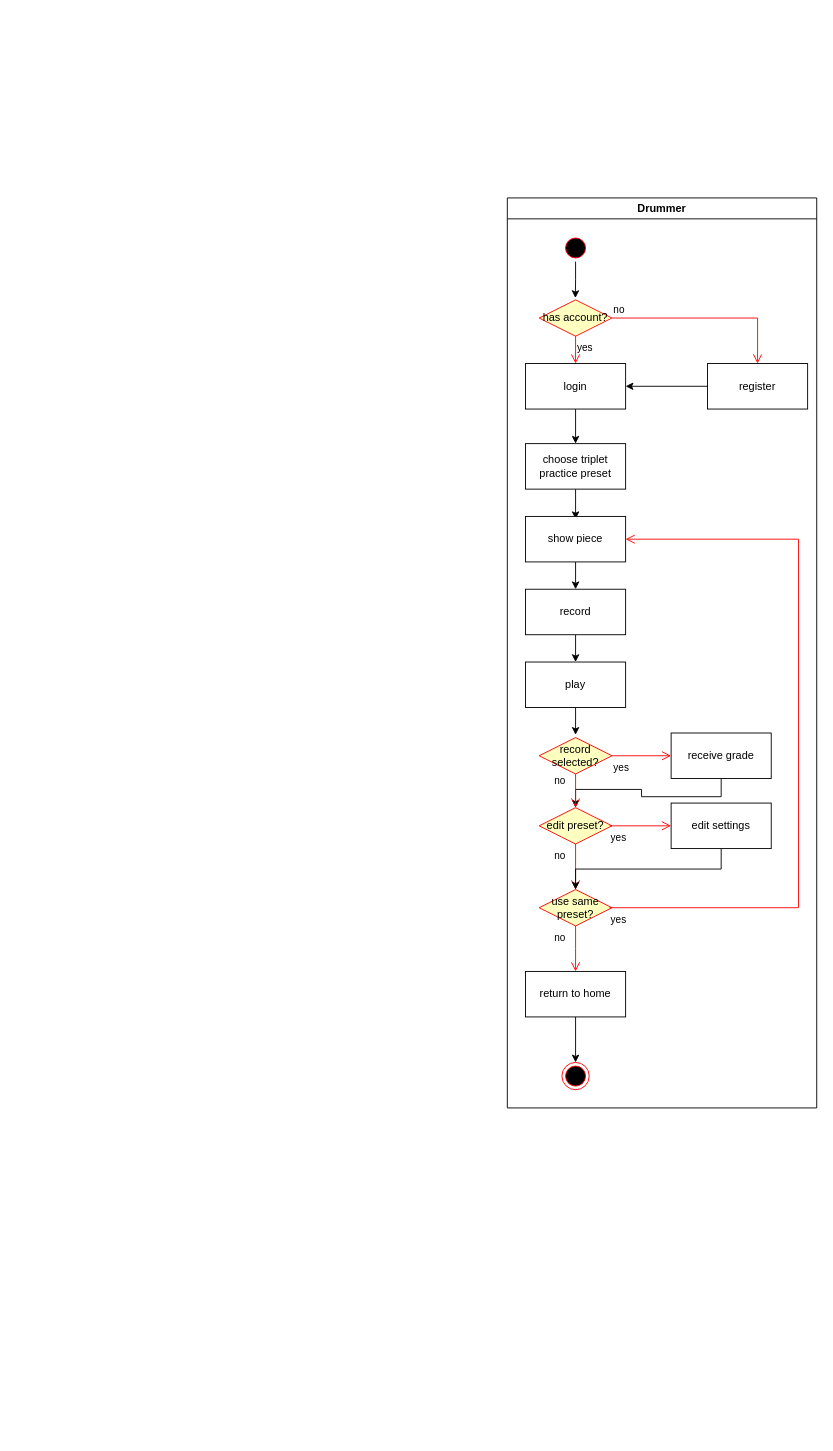
Before: UML Diagram.drawio in software-students-spring2025/1-specification-exercise-the-wireframers, a draw.io diagram. Source tidied: cells renumbered, new cells numbered last; positions are measured from the earlier drawing's top-left corner, leaving out a move shared by most shapes. Both pictures are drawn from the tidied source at 91%, with x=0, y=0 at pixel (175, 197).
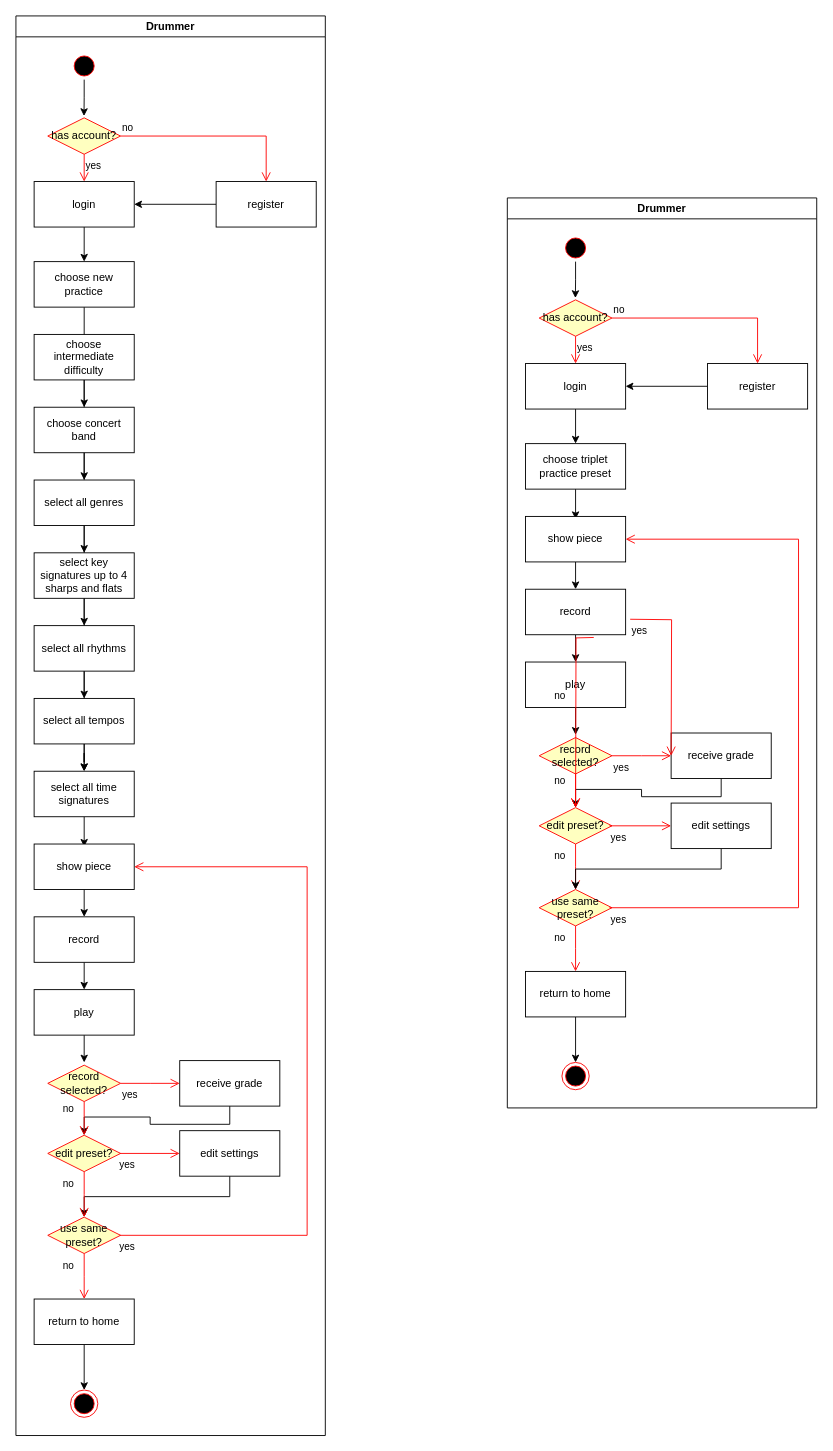
The same page after the edit.

Commit message:
Added teacher diagram in UML Diagram.drawio

Diff of the diagram source:
```diff
@@
+    <mxCell id="44" value="no" style="edgeStyle=orthogonalEdgeStyle;html=1;align=left;verticalAlign=bottom;endArrow=open;endSize=8;strokeColor=#ff0000;rounded=0;exitX=0.5;exitY=1;exitDx=0;exitDy=0;" parent="1" edge="1">
+      <mxGeometry x="-0.11" y="-25" relative="1" as="geometry">
+        <mxPoint x="460" y="483" as="sourcePoint" />
+        <mxPoint x="440" y="670" as="targetPoint" />
+      </mxGeometry>
+    </mxCell>
+    <mxCell id="45" value="yes" style="edgeStyle=orthogonalEdgeStyle;html=1;align=left;verticalAlign=top;endArrow=open;endSize=8;strokeColor=#ff0000;rounded=0;exitX=1;exitY=0.5;exitDx=0;exitDy=0;" parent="1" edge="1">
+      <mxGeometry x="-1" relative="1" as="geometry">
+        <mxPoint x="500" y="463" as="sourcePoint" />
+        <mxPoint x="545" y="613" as="targetPoint" />
+      </mxGeometry>
+    </mxCell>
+    <mxCell id="46" value="Drummer" style="swimlane;whiteSpace=wrap;startSize=23;" parent="1" vertex="1">
+      <mxGeometry x="-175" y="-200" width="340" height="1560" as="geometry" />
+    </mxCell>
+    <mxCell id="47" style="edgeStyle=orthogonalEdgeStyle;rounded=0;jettySize=auto;html=1;exitX=0.5;exitY=1;exitDx=0;exitDy=0;" parent="46" edge="1" source="48">
+      <mxGeometry relative="1" as="geometry">
+        <mxPoint x="74.8" y="110" as="targetPoint" />
+      </mxGeometry>
+    </mxCell>
+    <mxCell id="48" style="ellipse;shape=startState;fillColor=#000000;strokeColor=#ff0000;" parent="46" vertex="1">
+      <mxGeometry x="60" y="40" width="30" height="30" as="geometry" />
+    </mxCell>
+    <mxCell id="49" style="edgeStyle=orthogonalEdgeStyle;rounded=0;jettySize=auto;html=1;exitX=0.5;exitY=1;exitDx=0;exitDy=0;entryX=0.5;entryY=0;entryDx=0;entryDy=0;" parent="46" edge="1" source="50">
+      <mxGeometry relative="1" as="geometry">
+        <mxPoint x="75" y="270" as="targetPoint" />
+      </mxGeometry>
+    </mxCell>
+    <mxCell id="50" value="login" parent="46" vertex="1">
+      <mxGeometry x="20" y="182" width="110" height="50" as="geometry" />
+    </mxCell>
+    <mxCell id="51" style="edgeStyle=orthogonalEdgeStyle;rounded=0;orthogonalLoop=1;jettySize=auto;html=1;exitX=0.5;exitY=1;exitDx=0;exitDy=0;entryX=0.5;entryY=0;entryDx=0;entryDy=0;" parent="46" edge="1">
+      <mxGeometry relative="1" as="geometry">
+        <mxPoint x="75" y="403" as="sourcePoint" />
+      </mxGeometry>
+    </mxCell>
+    <mxCell id="52" value="has account?" style="rhombus;whiteSpace=wrap;html=1;fontColor=#000000;fillColor=#ffffc0;strokeColor=#ff0000;" parent="46" vertex="1">
+      <mxGeometry x="35" y="112" width="80" height="40" as="geometry" />
+    </mxCell>
+    <mxCell id="53" value="no" style="edgeStyle=orthogonalEdgeStyle;html=1;align=left;verticalAlign=bottom;endArrow=open;endSize=8;strokeColor=#ff0000;rounded=0;entryX=0.5;entryY=0;entryDx=0;entryDy=0;" parent="46" edge="1" source="52" target="56">
+      <mxGeometry x="-1" relative="1" as="geometry" />
+    </mxCell>
+    <mxCell id="54" value="yes" style="edgeStyle=orthogonalEdgeStyle;html=1;align=left;verticalAlign=top;endArrow=open;endSize=8;strokeColor=#ff0000;rounded=0;entryX=0.5;entryY=0;entryDx=0;entryDy=0;" parent="46" edge="1" source="52" target="50">
+      <mxGeometry x="-1" relative="1" as="geometry" />
+    </mxCell>
+    <mxCell id="55" style="edgeStyle=orthogonalEdgeStyle;rounded=0;jettySize=auto;html=1;exitX=0;exitY=0.5;exitDx=0;exitDy=0;entryX=1;entryY=0.5;entryDx=0;entryDy=0;" parent="46" edge="1" source="56" target="50">
+      <mxGeometry relative="1" as="geometry" />
+    </mxCell>
+    <mxCell id="56" value="register" parent="46" vertex="1">
+      <mxGeometry x="220" y="182" width="110" height="50" as="geometry" />
+    </mxCell>
+    <mxCell id="57" style="edgeStyle=orthogonalEdgeStyle;rounded=0;orthogonalLoop=1;jettySize=auto;html=1;exitX=0.5;exitY=1;exitDx=0;exitDy=0;entryX=0.5;entryY=0;entryDx=0;entryDy=0;" parent="46" edge="1">
+      <mxGeometry relative="1" as="geometry">
+        <mxPoint x="75" y="490" as="sourcePoint" />
+      </mxGeometry>
+    </mxCell>
+    <mxCell id="58" style="edgeStyle=orthogonalEdgeStyle;rounded=0;orthogonalLoop=1;jettySize=auto;html=1;exitX=0.5;exitY=1;exitDx=0;exitDy=0;entryX=0.5;entryY=0;entryDx=0;entryDy=0;" parent="46" edge="1">
+      <mxGeometry relative="1" as="geometry">
+        <mxPoint x="75" y="653" as="sourcePoint" />
+      </mxGeometry>
+    </mxCell>
+    <mxCell id="59" style="edgeStyle=orthogonalEdgeStyle;rounded=0;orthogonalLoop=1;jettySize=auto;html=1;exitX=0.5;exitY=1;exitDx=0;exitDy=0;entryX=0.5;entryY=0;entryDx=0;entryDy=0;" parent="46" edge="1">
+      <mxGeometry relative="1" as="geometry">
+        <mxPoint x="75" y="740" as="sourcePoint" />
+      </mxGeometry>
+    </mxCell>
+    <mxCell id="60" style="edgeStyle=orthogonalEdgeStyle;rounded=0;orthogonalLoop=1;jettySize=auto;html=1;exitX=0.5;exitY=1;exitDx=0;exitDy=0;entryX=0.5;entryY=0;entryDx=0;entryDy=0;" parent="46" edge="1">
+      <mxGeometry relative="1" as="geometry">
+        <mxPoint x="75" y="833" as="sourcePoint" />
+      </mxGeometry>
+    </mxCell>
+    <mxCell id="61" style="edgeStyle=orthogonalEdgeStyle;rounded=0;orthogonalLoop=1;jettySize=auto;html=1;exitX=0.5;exitY=1;exitDx=0;exitDy=0;entryX=0.5;entryY=0;entryDx=0;entryDy=0;" parent="46" edge="1">
+      <mxGeometry relative="1" as="geometry">
+        <mxPoint x="75" y="570" as="sourcePoint" />
+      </mxGeometry>
+    </mxCell>
+    <mxCell id="62" style="edgeStyle=orthogonalEdgeStyle;rounded=0;jettySize=auto;html=1;exitX=0.5;exitY=1;exitDx=0;exitDy=0;entryX=0.5;entryY=0;entryDx=0;entryDy=0;" parent="46" edge="1" source="77" target="78">
+      <mxGeometry relative="1" as="geometry" />
+    </mxCell>
+    <mxCell id="63" style="edgeStyle=orthogonalEdgeStyle;rounded=0;jettySize=auto;html=1;exitX=0.5;exitY=1;exitDx=0;exitDy=0;entryX=0.5;entryY=0;entryDx=0;entryDy=0;" parent="46" edge="1" source="83" target="81">
+      <mxGeometry relative="1" as="geometry" />
+    </mxCell>
+    <mxCell id="64" style="edgeStyle=orthogonalEdgeStyle;rounded=0;jettySize=auto;html=1;" parent="46" edge="1" source="65" target="90">
+      <mxGeometry relative="1" as="geometry" />
+    </mxCell>
+    <mxCell id="65" value="choose new practice" style="html=1;whiteSpace=wrap;" parent="46" vertex="1">
+      <mxGeometry x="20" y="270" width="110" height="50" as="geometry" />
+    </mxCell>
+    <mxCell id="66" value="no" style="edgeStyle=orthogonalEdgeStyle;html=1;align=left;verticalAlign=bottom;endArrow=open;endSize=8;strokeColor=#ff0000;rounded=0;" parent="46" edge="1" source="79">
+      <mxGeometry x="-0.11" y="-25" relative="1" as="geometry">
+        <mxPoint x="75" y="1410" as="targetPoint" />
+      </mxGeometry>
+    </mxCell>
+    <mxCell id="67" style="edgeStyle=orthogonalEdgeStyle;rounded=0;jettySize=auto;html=1;exitX=0.5;exitY=1;exitDx=0;exitDy=0;entryX=0.5;entryY=0;entryDx=0;entryDy=0;" parent="46" edge="1" source="80" target="79">
+      <mxGeometry relative="1" as="geometry" />
+    </mxCell>
+    <mxCell id="68" value="yes" style="edgeStyle=orthogonalEdgeStyle;html=1;align=left;verticalAlign=top;endArrow=open;endSize=8;strokeColor=#ff0000;rounded=0;" parent="46" edge="1">
+      <mxGeometry x="-1" relative="1" as="geometry">
+        <mxPoint x="112.2" y="1250" as="sourcePoint" />
+        <mxPoint x="180" y="1250" as="targetPoint" />
+      </mxGeometry>
+    </mxCell>
+    <mxCell id="69" value="no" style="edgeStyle=orthogonalEdgeStyle;html=1;align=left;verticalAlign=bottom;endArrow=open;endSize=8;strokeColor=#ff0000;rounded=0;" parent="46" edge="1" source="81">
+      <mxGeometry x="-0.11" y="-25" relative="1" as="geometry">
+        <mxPoint x="75" y="1320" as="targetPoint" />
+      </mxGeometry>
+    </mxCell>
+    <mxCell id="70" value="no" style="edgeStyle=orthogonalEdgeStyle;html=1;align=left;verticalAlign=bottom;endArrow=open;endSize=8;strokeColor=#ff0000;rounded=0;exitX=0.5;exitY=1;exitDx=0;exitDy=0;" parent="46" edge="1" source="82">
+      <mxGeometry x="-0.11" y="-25" relative="1" as="geometry">
+        <mxPoint x="75" y="1230" as="targetPoint" />
+      </mxGeometry>
+    </mxCell>
+    <mxCell id="71" value="yes" style="edgeStyle=orthogonalEdgeStyle;html=1;align=left;verticalAlign=top;endArrow=open;endSize=8;strokeColor=#ff0000;rounded=0;exitX=1;exitY=0.5;exitDx=0;exitDy=0;" parent="46" edge="1" source="82">
+      <mxGeometry x="-1" relative="1" as="geometry">
+        <mxPoint x="180" y="1173" as="targetPoint" />
+      </mxGeometry>
+    </mxCell>
+    <mxCell id="72" style="edgeStyle=orthogonalEdgeStyle;rounded=0;jettySize=auto;html=1;exitX=0.5;exitY=1;exitDx=0;exitDy=0;" parent="46" edge="1" source="84">
+      <mxGeometry relative="1" as="geometry">
+        <mxPoint x="75" y="1150" as="targetPoint" />
+      </mxGeometry>
+    </mxCell>
+    <mxCell id="73" style="edgeStyle=orthogonalEdgeStyle;rounded=0;jettySize=auto;html=1;exitX=0.5;exitY=1;exitDx=0;exitDy=0;entryX=0.5;entryY=0;entryDx=0;entryDy=0;" parent="46" edge="1" source="85" target="84">
+      <mxGeometry relative="1" as="geometry" />
+    </mxCell>
+    <mxCell id="74" style="edgeStyle=orthogonalEdgeStyle;rounded=0;jettySize=auto;html=1;exitX=0.5;exitY=1;exitDx=0;exitDy=0;entryX=0.5;entryY=0;entryDx=0;entryDy=0;" parent="46" edge="1" source="86" target="85">
+      <mxGeometry relative="1" as="geometry" />
+    </mxCell>
+    <mxCell id="75" value="yes" style="edgeStyle=orthogonalEdgeStyle;html=1;align=left;verticalAlign=top;endArrow=open;endSize=8;strokeColor=#ff0000;rounded=0;entryX=1;entryY=0.5;entryDx=0;entryDy=0;" parent="46" edge="1" target="86">
+      <mxGeometry x="-1" relative="1" as="geometry">
+        <mxPoint x="112.2" y="1340" as="sourcePoint" />
+        <Array as="points">
+          <mxPoint x="320" y="1340" />
+          <mxPoint x="320" y="935" />
+        </Array>
+      </mxGeometry>
+    </mxCell>
+    <mxCell id="76" style="edgeStyle=orthogonalEdgeStyle;rounded=0;orthogonalLoop=1;jettySize=auto;html=1;exitX=0.5;exitY=1;exitDx=0;exitDy=0;entryX=0.5;entryY=0;entryDx=0;entryDy=0;" parent="46" edge="1">
+      <mxGeometry relative="1" as="geometry">
+        <mxPoint x="75" y="880" as="sourcePoint" />
+        <mxPoint x="75" y="913" as="targetPoint" />
+      </mxGeometry>
+    </mxCell>
+    <mxCell id="77" value="return to home" style="html=1;whiteSpace=wrap;" parent="46" vertex="1">
+      <mxGeometry x="20" y="1410" width="110" height="50" as="geometry" />
+    </mxCell>
+    <mxCell id="78" style="ellipse;html=1;shape=endState;fillColor=#000000;strokeColor=#ff0000;" parent="46" vertex="1">
+      <mxGeometry x="60" y="1510" width="30" height="30" as="geometry" />
+    </mxCell>
+    <mxCell id="79" value="use same preset?" style="rhombus;whiteSpace=wrap;html=1;fontColor=#000000;fillColor=#ffffc0;strokeColor=#ff0000;" parent="46" vertex="1">
+      <mxGeometry x="35" y="1320" width="80" height="40" as="geometry" />
+    </mxCell>
+    <mxCell id="80" value="edit settings" style="html=1;whiteSpace=wrap;" parent="46" vertex="1">
+      <mxGeometry x="180" y="1225" width="110" height="50" as="geometry" />
+    </mxCell>
+    <mxCell id="81" value="edit preset?" style="rhombus;whiteSpace=wrap;html=1;fontColor=#000000;fillColor=#ffffc0;strokeColor=#ff0000;" parent="46" vertex="1">
+      <mxGeometry x="35" y="1230" width="80" height="40" as="geometry" />
+    </mxCell>
+    <mxCell id="82" value="record selected?" style="rhombus;whiteSpace=wrap;html=1;fontColor=#000000;fillColor=#ffffc0;strokeColor=#ff0000;" parent="46" vertex="1">
+      <mxGeometry x="35" y="1153" width="80" height="40" as="geometry" />
+    </mxCell>
+    <mxCell id="83" value="receive grade" style="html=1;whiteSpace=wrap;" parent="46" vertex="1">
+      <mxGeometry x="180" y="1148" width="110" height="50" as="geometry" />
+    </mxCell>
+    <mxCell id="84" value="play" style="html=1;whiteSpace=wrap;" parent="46" vertex="1">
+      <mxGeometry x="20" y="1070" width="110" height="50" as="geometry" />
+    </mxCell>
+    <mxCell id="85" value="record" style="html=1;whiteSpace=wrap;" parent="46" vertex="1">
+      <mxGeometry x="20" y="990" width="110" height="50" as="geometry" />
+    </mxCell>
+    <mxCell id="86" value="show piece" style="html=1;whiteSpace=wrap;" parent="46" vertex="1">
+      <mxGeometry x="20" y="910" width="110" height="50" as="geometry" />
+    </mxCell>
+    <mxCell id="87" style="edgeStyle=orthogonalEdgeStyle;rounded=0;jettySize=auto;html=1;" parent="46" edge="1" source="88" target="92">
+      <mxGeometry relative="1" as="geometry" />
+    </mxCell>
+    <mxCell id="88" value="choose intermediate difficulty" style="html=1;whiteSpace=wrap;" parent="46" vertex="1">
+      <mxGeometry x="20" y="350" width="110" height="50" as="geometry" />
+    </mxCell>
+    <mxCell id="89" style="edgeStyle=orthogonalEdgeStyle;rounded=0;jettySize=auto;html=1;" parent="46" edge="1" source="90" target="94">
+      <mxGeometry relative="1" as="geometry" />
+    </mxCell>
+    <mxCell id="90" value="choose concert band" style="html=1;whiteSpace=wrap;" parent="46" vertex="1">
+      <mxGeometry x="20" y="430" width="110" height="50" as="geometry" />
+    </mxCell>
+    <mxCell id="91" style="edgeStyle=orthogonalEdgeStyle;rounded=0;jettySize=auto;html=1;" parent="46" edge="1" source="92" target="96">
+      <mxGeometry relative="1" as="geometry" />
+    </mxCell>
+    <mxCell id="92" value="select all genres" style="html=1;whiteSpace=wrap;" parent="46" vertex="1">
+      <mxGeometry x="20" y="510" width="110" height="50" as="geometry" />
+    </mxCell>
+    <mxCell id="93" style="edgeStyle=orthogonalEdgeStyle;rounded=0;jettySize=auto;html=1;" parent="46" edge="1" source="94" target="98">
+      <mxGeometry relative="1" as="geometry" />
+    </mxCell>
+    <mxCell id="94" value="select key signatures up to 4 sharps and flats" style="html=1;whiteSpace=wrap;" parent="46" vertex="1">
+      <mxGeometry x="20" y="590" width="110" height="50" as="geometry" />
+    </mxCell>
+    <mxCell id="95" style="edgeStyle=orthogonalEdgeStyle;rounded=0;jettySize=auto;html=1;" parent="46" edge="1" source="96" target="99">
+      <mxGeometry relative="1" as="geometry" />
+    </mxCell>
+    <mxCell id="96" value="select all rhythms" style="html=1;whiteSpace=wrap;" parent="46" vertex="1">
+      <mxGeometry x="20" y="670" width="110" height="50" as="geometry" />
+    </mxCell>
+    <mxCell id="97" style="edgeStyle=orthogonalEdgeStyle;rounded=0;jettySize=auto;html=1;" parent="46" edge="1" source="98" target="99">
+      <mxGeometry relative="1" as="geometry" />
+    </mxCell>
+    <mxCell id="98" value="select all tempos" style="html=1;whiteSpace=wrap;" parent="46" vertex="1">
+      <mxGeometry x="20" y="750" width="110" height="50" as="geometry" />
+    </mxCell>
+    <mxCell id="99" value="select all time signatures" style="html=1;whiteSpace=wrap;" parent="46" vertex="1">
+      <mxGeometry x="20" y="830" width="110" height="50" as="geometry" />
+    </mxCell>
```
